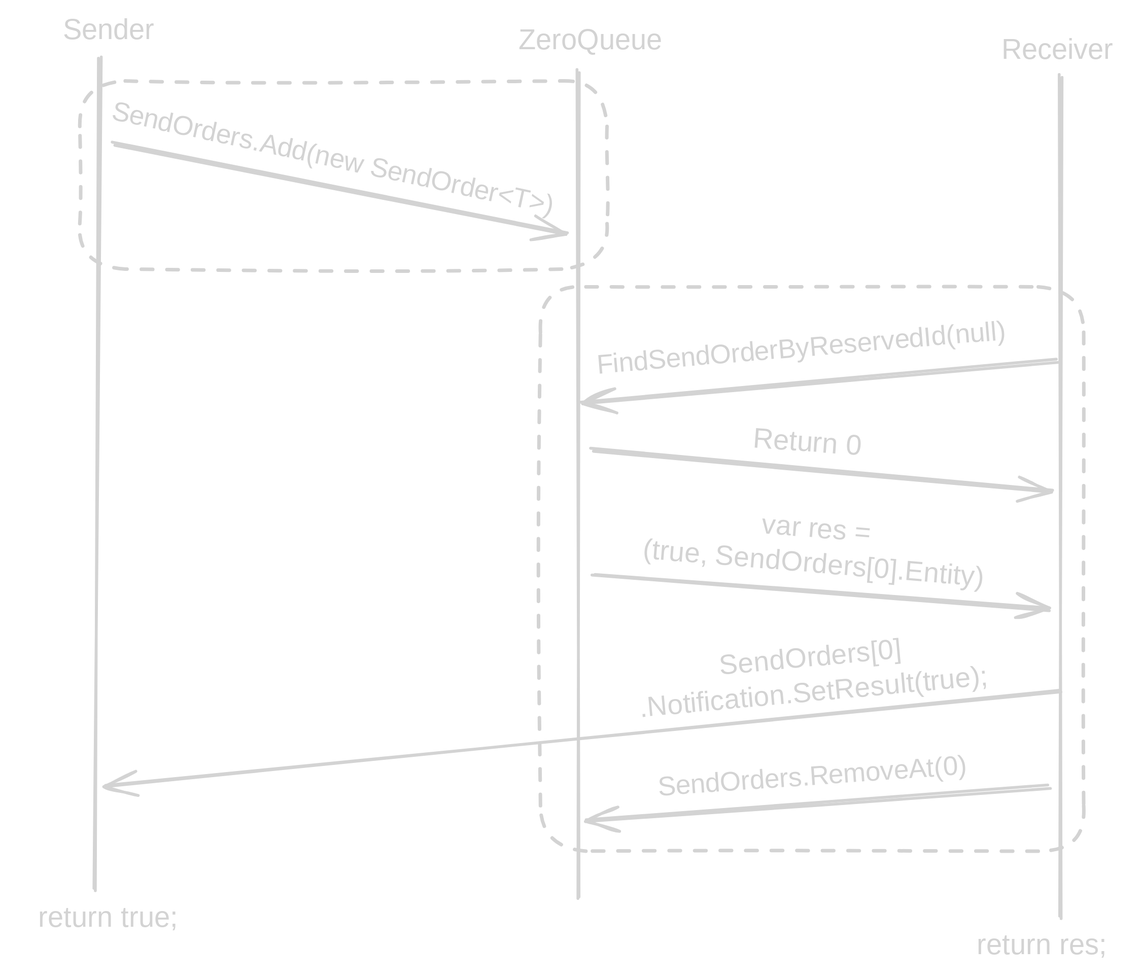
dfamonteiro/blog keeps this Excalidraw diagram as blog/static/images/perfect-handover/SendReceive.excalidraw.svg. Above is the earlier version. Source tidied: one line per element, renumbered; positions are measured from the earlier drawing's top-left corner, leaving out a move shared by most shapes.
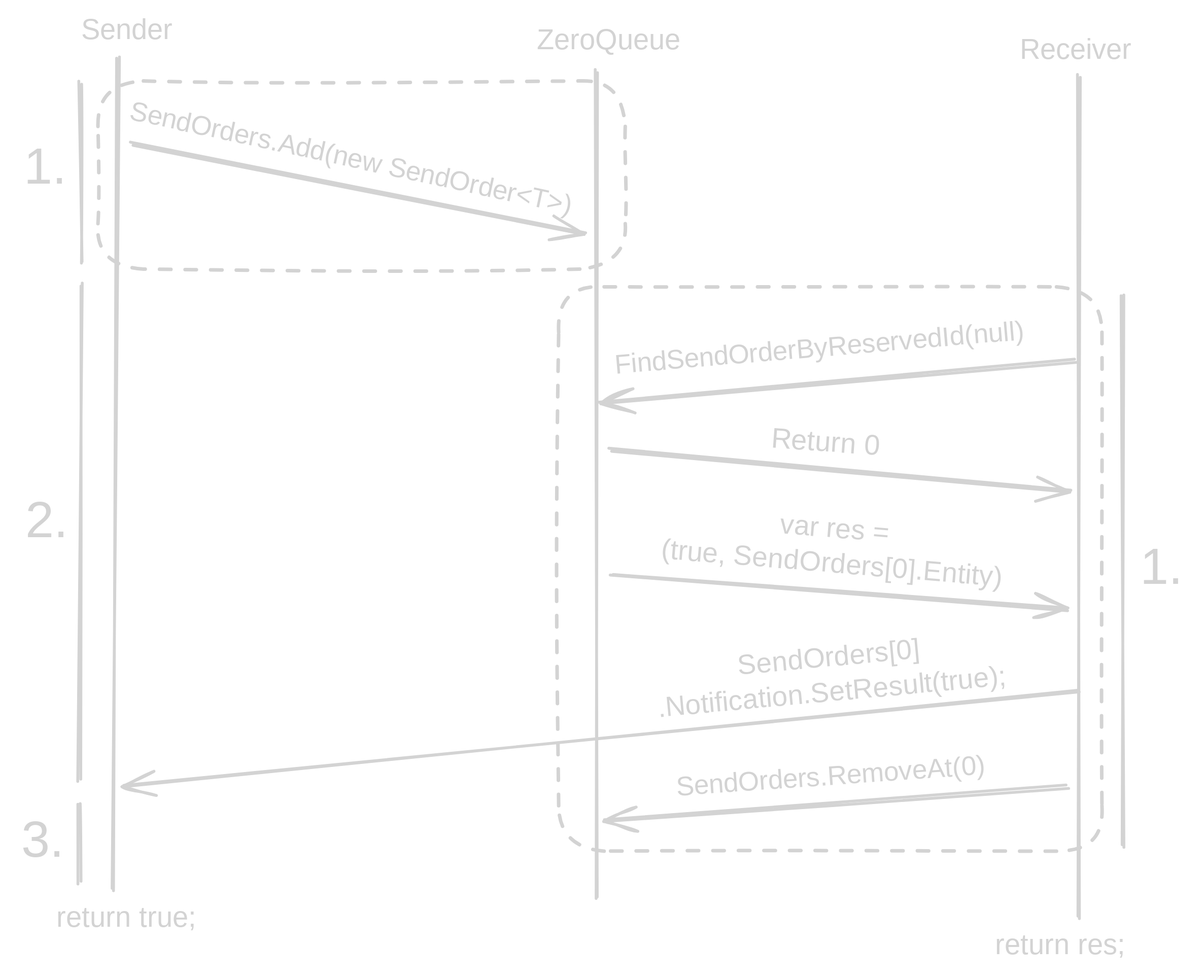
The same file after the commit.

Change to the diagram source:
```diff
@@ -20,3 +20,11 @@
 {"id": 19, "type": "text", "text": "return res;", "strokeColor": "#1e1e1e", "strokeWidth": 2, "strokeStyle": "dashed", "roughness": 1, "fontSize": 20, "fontFamily": 8, "textAlign": "center", "x": 663, "y": 644, "width": 121, "height": 25}
 {"id": 20, "type": "text", "text": "var res =\n(true, SendOrders[0].Entity)", "strokeColor": "#1e1e1e", "angle": 0.08, "strokeWidth": 2, "strokeStyle": "dashed", "roughness": 1, "fontSize": 19.64, "fontFamily": 8, "textAlign": "center", "x": 412, "y": 351, "width": 304, "height": 49}
 {"id": 21, "type": "arrow", "strokeColor": "#1e1e1e", "angle": 0.27, "strokeWidth": 2, "roughness": 1, "endArrowhead": "arrow", "round": true, "from": 9, "to": 14, "x": 410, "y": 438, "width": 316, "height": 61, "points": [[0, 0], [316, -61]]}
+{"id": 22, "type": "text", "text": "1.", "strokeColor": "#1e1e1e", "strokeWidth": 2, "roughness": 1, "fontSize": 36, "fontFamily": 8, "textAlign": "center", "x": 775, "y": 370, "width": 40, "height": 45}
+{"id": 23, "type": "text", "text": "1.", "strokeColor": "#1e1e1e", "strokeWidth": 2, "roughness": 1, "fontSize": 36, "fontFamily": 8, "textAlign": "center", "x": -11, "y": 88, "width": 40, "height": 45}
+{"id": 24, "type": "text", "text": "2.", "strokeColor": "#1e1e1e", "strokeWidth": 2, "roughness": 1, "fontSize": 36, "fontFamily": 8, "textAlign": "center", "x": -10, "y": 337, "width": 40, "height": 45}
+{"id": 25, "type": "text", "text": "3.", "strokeColor": "#1e1e1e", "strokeWidth": 2, "roughness": 1, "fontSize": 36, "fontFamily": 8, "textAlign": "center", "x": -13, "y": 562, "width": 40, "height": 45}
+{"id": 26, "type": "line", "strokeColor": "#1e1e1e", "strokeWidth": 2, "roughness": 1, "round": true, "x": 767, "y": 197, "width": 2, "height": 389, "points": [[0, 0], [2, 389]]}
+{"id": 27, "type": "line", "strokeColor": "#1e1e1e", "strokeWidth": 2, "roughness": 1, "round": true, "x": 33, "y": 48, "width": 1, "height": 127, "points": [[0, 0], [1, 127]]}
+{"id": 28, "type": "line", "strokeColor": "#1e1e1e", "strokeWidth": 2, "roughness": 1, "round": true, "x": 34, "y": 190, "width": 1, "height": 349, "points": [[0, 0], [-1, 349]]}
+{"id": 29, "type": "line", "strokeColor": "#1e1e1e", "strokeWidth": 2, "roughness": 1, "round": true, "x": 33, "y": 555, "width": 0, "height": 57, "points": [[0, 0], [0, 57]]}
```
